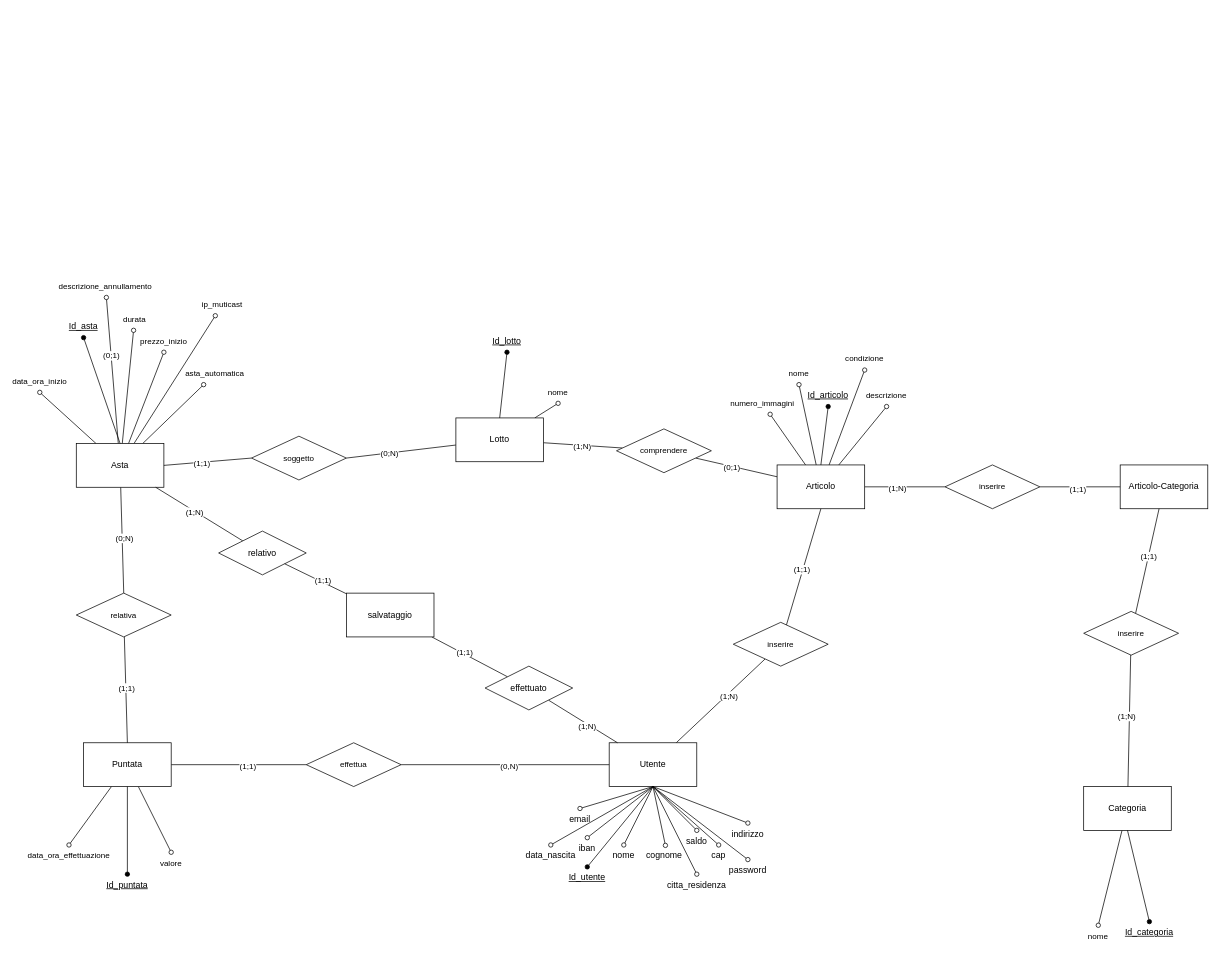
Earlier version of the draw.io diagram documenti/Schema_ER.drawio (Chaos-Rat/GAO). Source tidied: cells renumbered, new cells numbered last; positions are measured from the earlier drawing's top-left corner, leaving out a move shared by most shapes. Both pictures are drawn from the tidied source at 73%, with x=0, y=0 at pixel (18, 275).
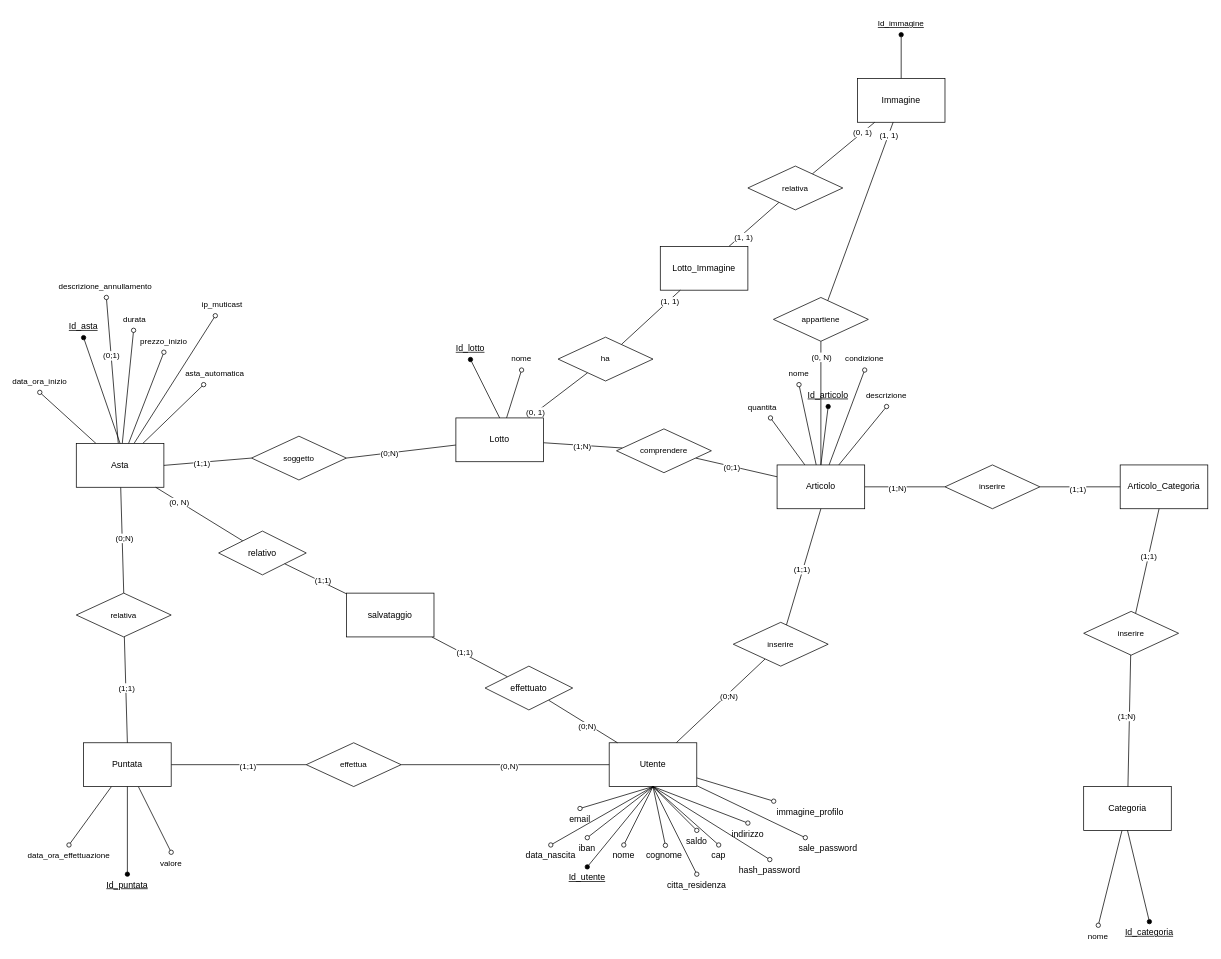
After the change.

Unchanged cells that the change refers to:
```xml
<mxCell id="2" style="edgeStyle=none;rounded=0;jettySize=auto;html=1;strokeColor=default;align=center;verticalAlign=middle;fontFamily=Helvetica;fontSize=11;fontColor=default;labelBackgroundColor=default;endArrow=none;endFill=0;" parent="1" edge="1" source="5" target="89">
  <mxGeometry relative="1" as="geometry" />
</mxCell>
<mxCell id="5" value="Utente" style="rounded=0;whiteSpace=wrap;html=1;" parent="1" vertex="1">
  <mxGeometry x="810" y="640" width="120" height="60" as="geometry" />
</mxCell>
<mxCell id="11" value="Lotto" style="rounded=0;whiteSpace=wrap;html=1;" parent="1" vertex="1">
  <mxGeometry x="600" y="195" width="120" height="60" as="geometry" />
</mxCell>
<mxCell id="22" value="Articolo" style="rounded=0;whiteSpace=wrap;html=1;" parent="1" vertex="1">
  <mxGeometry x="1040" y="259.4" width="120" height="60" as="geometry" />
</mxCell>
<mxCell id="104" style="edgeStyle=none;rounded=0;jettySize=auto;html=1;strokeColor=default;align=center;verticalAlign=middle;fontFamily=Helvetica;fontSize=11;fontColor=default;labelBackgroundColor=default;endArrow=none;endFill=0;" parent="1" edge="1" source="106" target="35">
  <mxGeometry relative="1" as="geometry" />
</mxCell>
<mxCell id="112" style="edgeStyle=none;rounded=0;jettySize=auto;html=1;strokeColor=default;align=center;verticalAlign=middle;fontFamily=Helvetica;fontSize=11;fontColor=default;labelBackgroundColor=default;endArrow=none;endFill=0;" parent="1" edge="1" source="114" target="5">
  <mxGeometry relative="1" as="geometry" />
</mxCell>
```

Diff of the diagram source:
```diff
@@
-    <mxCell id="3" value="(1;N)" style="edgeLabel;html=1;align=center;verticalAlign=middle;fontFamily=Helvetica;fontSize=11;fontColor=default;labelBackgroundColor=default;" parent="2" vertex="1">
+    <mxCell id="3" value="(0;N)" style="edgeLabel;html=1;align=center;verticalAlign=middle;fontFamily=Helvetica;fontSize=11;fontColor=default;labelBackgroundColor=default;" parent="2" vertex="1">
       <mxGeometry x="0.15" y="-2" relative="1" as="geometry" />
     </mxCell>
@@
+    <mxCell id="116" style="rounded=0;jettySize=auto;html=1;endArrow=oval;endFill=0;" parent="1" edge="1" source="5" target="139">
+      <mxGeometry relative="1" as="geometry" />
+    </mxCell>
@@
+    <mxCell id="117" style="rounded=0;jettySize=auto;html=1;endArrow=none;endFill=0;" parent="1" edge="1" source="11" target="137">
+      <mxGeometry relative="1" as="geometry" />
+    </mxCell>
+    <mxCell id="118" value="(0, 1)" style="edgeLabel;html=1;align=center;verticalAlign=middle;" parent="117" vertex="1">
+      <mxGeometry x="-0.7" y="-1" relative="1" as="geometry">
+        <mxPoint x="-3" as="offset" />
+      </mxGeometry>
+    </mxCell>
@@
-    <mxCell id="21" style="rounded=0;jettySize=auto;html=1;endArrow=oval;endFill=0;" parent="1" edge="1" source="22" target="115">
+    <mxCell id="21" style="rounded=0;jettySize=auto;html=1;endArrow=oval;endFill=0;" parent="1" edge="1" source="22" target="123">
       <mxGeometry relative="1" as="geometry" />
     </mxCell>
+    <mxCell id="119" style="rounded=0;jettySize=auto;html=1;endArrow=none;endFill=0;" parent="1" edge="1" source="22" target="125">
+      <mxGeometry relative="1" as="geometry" />
+    </mxCell>
+    <mxCell id="120" value="(0, N)" style="edgeLabel;html=1;align=center;verticalAlign=middle;" parent="119" vertex="1">
+      <mxGeometry x="0.75" relative="1" as="geometry" />
+    </mxCell>
@@
     <mxCell id="42" value="&lt;u&gt;Id_lotto&lt;/u&gt;" style="text;html=1;align=center;verticalAlign=middle;whiteSpace=wrap;rounded=0;" parent="1" vertex="1">
-      <mxGeometry x="640" y="75" width="60" height="30" as="geometry" />
+      <mxGeometry x="590" y="85" width="60" height="30" as="geometry" />
     </mxCell>
@@
-    <mxCell id="57" value="password" style="text;html=1;align=center;verticalAlign=middle;whiteSpace=wrap;rounded=0;" parent="1" vertex="1">
-      <mxGeometry x="970" y="800" width="60" height="30" as="geometry" />
+    <mxCell id="57" value="hash_password" style="text;html=1;align=center;verticalAlign=middle;whiteSpace=wrap;rounded=0;" parent="1" vertex="1">
+      <mxGeometry x="980" y="800" width="100" height="30" as="geometry" />
     </mxCell>
@@
     <mxCell id="73" value="nome" style="text;html=1;align=center;verticalAlign=middle;whiteSpace=wrap;rounded=0;fontFamily=Helvetica;fontSize=11;fontColor=default;labelBackgroundColor=default;" parent="1" vertex="1">
-      <mxGeometry x="710" y="145" width="60" height="30" as="geometry" />
+      <mxGeometry x="660" y="99.4" width="60" height="30" as="geometry" />
     </mxCell>
@@
-    <mxCell id="93" value="Articolo-Categoria" style="rounded=0;whiteSpace=wrap;html=1;" parent="1" vertex="1">
+    <mxCell id="93" value="Articolo_Categoria" style="rounded=0;whiteSpace=wrap;html=1;" parent="1" vertex="1">
       <mxGeometry x="1510" y="259.4" width="120" height="60" as="geometry" />
     </mxCell>
@@
-    <mxCell id="105" value="(1;N)" style="edgeLabel;html=1;align=center;verticalAlign=middle;fontFamily=Helvetica;fontSize=11;fontColor=default;labelBackgroundColor=default;" parent="104" vertex="1">
-      <mxGeometry x="0.12" y="1" relative="1" as="geometry" />
+    <mxCell id="105" value="(0, N)" style="edgeLabel;html=1;align=center;verticalAlign=middle;fontFamily=Helvetica;fontSize=11;fontColor=default;labelBackgroundColor=default;" parent="104" vertex="1">
+      <mxGeometry x="0.12" y="1" relative="1" as="geometry">
+        <mxPoint x="-21" y="-13" as="offset" />
+      </mxGeometry>
     </mxCell>
@@
-    <mxCell id="113" value="(1;N)" style="edgeLabel;html=1;align=center;verticalAlign=middle;fontFamily=Helvetica;fontSize=11;fontColor=default;labelBackgroundColor=default;" parent="112" vertex="1">
+    <mxCell id="113" value="(0;N)" style="edgeLabel;html=1;align=center;verticalAlign=middle;fontFamily=Helvetica;fontSize=11;fontColor=default;labelBackgroundColor=default;" parent="112" vertex="1">
       <mxGeometry x="0.16" y="-3" relative="1" as="geometry" />
     </mxCell>
@@
-    <mxCell id="115" value="numero_immagini" style="text;html=1;align=center;verticalAlign=middle;whiteSpace=wrap;rounded=0;fontFamily=Helvetica;fontSize=11;fontColor=default;labelBackgroundColor=default;" parent="1" vertex="1">
-      <mxGeometry x="990" y="160" width="60" height="30" as="geometry" />
-    </mxCell>
+    <mxCell id="121" style="rounded=0;jettySize=auto;html=1;endArrow=oval;endFill=1;" parent="1" edge="1" source="122" target="128">
+      <mxGeometry relative="1" as="geometry" />
+    </mxCell>
+    <mxCell id="122" value="Immagine" style="rounded=0;whiteSpace=wrap;html=1;" parent="1" vertex="1">
+      <mxGeometry x="1150" y="-270" width="120" height="60" as="geometry" />
+    </mxCell>
+    <mxCell id="123" value="quantita" style="text;html=1;align=center;verticalAlign=middle;whiteSpace=wrap;rounded=0;fontFamily=Helvetica;fontSize=11;fontColor=default;labelBackgroundColor=default;" parent="1" vertex="1">
+      <mxGeometry x="990" y="165" width="60" height="30" as="geometry" />
+    </mxCell>
+    <mxCell id="124" style="rounded=0;jettySize=auto;html=1;endArrow=none;endFill=0;" parent="1" edge="1" source="125" target="122">
+      <mxGeometry relative="1" as="geometry" />
+    </mxCell>
+    <mxCell id="125" value="appartiene" style="rhombus;whiteSpace=wrap;html=1;fontFamily=Helvetica;fontSize=11;fontColor=default;labelBackgroundColor=default;" parent="1" vertex="1">
+      <mxGeometry x="1035" y="30" width="130" height="60" as="geometry" />
+    </mxCell>
+    <mxCell id="126" style="rounded=0;jettySize=auto;html=1;endArrow=none;endFill=0;" parent="1" edge="1" source="138" target="122">
+      <mxGeometry relative="1" as="geometry" />
+    </mxCell>
+    <mxCell id="127" value="(0, 1)" style="edgeLabel;html=1;align=center;verticalAlign=middle;" parent="126" vertex="1">
+      <mxGeometry x="0.61" y="1" relative="1" as="geometry" />
+    </mxCell>
+    <mxCell id="128" value="Id_immagine" style="text;html=1;align=center;verticalAlign=middle;whiteSpace=wrap;rounded=0;fontFamily=Helvetica;fontSize=11;fontColor=default;labelBackgroundColor=default;fontStyle=4;" parent="1" vertex="1">
+      <mxGeometry x="1180" y="-360" width="60" height="30" as="geometry" />
+    </mxCell>
+    <mxCell id="129" style="endArrow=none;html=1;rounded=0;startArrow=oval;startFill=0;" parent="1" edge="1" source="130" target="5">
+      <mxGeometry relative="1" as="geometry" />
+    </mxCell>
+    <mxCell id="130" value="immagine_profilo" style="text;html=1;align=center;verticalAlign=middle;points=[];strokeColor=none;fillColor=none;" parent="1" vertex="1">
+      <mxGeometry x="1030" y="720" width="110" height="30" as="geometry" />
+    </mxCell>
+    <mxCell id="131" value="(1, 1)" style="edgeLabel;html=1;align=center;verticalAlign=middle;" parent="1" vertex="1">
+      <mxGeometry x="1170" y="-20" as="geometry">
+        <mxPoint x="22" y="-173" as="offset" />
+      </mxGeometry>
+    </mxCell>
+    <mxCell id="132" style="rounded=0;jettySize=auto;html=1;endArrow=none;endFill=0;" parent="1" edge="1" source="134" target="138">
+      <mxGeometry relative="1" as="geometry" />
+    </mxCell>
+    <mxCell id="133" value="(1, 1)" style="edgeLabel;html=1;align=center;verticalAlign=middle;" parent="132" vertex="1">
+      <mxGeometry x="-0.5" y="-4" relative="1" as="geometry" />
+    </mxCell>
+    <mxCell id="134" value="Lotto_Immagine" style="rounded=0;whiteSpace=wrap;html=1;" parent="1" vertex="1">
+      <mxGeometry x="880" y="-40" width="120" height="60" as="geometry" />
+    </mxCell>
+    <mxCell id="135" style="rounded=0;jettySize=auto;html=1;endArrow=none;endFill=0;" parent="1" edge="1" source="137" target="134">
+      <mxGeometry relative="1" as="geometry" />
+    </mxCell>
+    <mxCell id="136" value="(1, 1)" style="edgeLabel;html=1;align=center;verticalAlign=middle;" parent="135" vertex="1">
+      <mxGeometry x="0.6" y="-1" relative="1" as="geometry" />
+    </mxCell>
+    <mxCell id="137" value="ha" style="rhombus;whiteSpace=wrap;html=1;fontFamily=Helvetica;fontSize=11;fontColor=default;labelBackgroundColor=default;" parent="1" vertex="1">
+      <mxGeometry x="740" y="84.4" width="130" height="60" as="geometry" />
+    </mxCell>
+    <mxCell id="138" value="relativa" style="rhombus;whiteSpace=wrap;html=1;fontFamily=Helvetica;fontSize=11;fontColor=default;labelBackgroundColor=default;" parent="1" vertex="1">
+      <mxGeometry x="1000" y="-150" width="130" height="60" as="geometry" />
+    </mxCell>
+    <mxCell id="139" value="sale_password" style="text;html=1;align=center;verticalAlign=middle;whiteSpace=wrap;rounded=0;" parent="1" vertex="1">
+      <mxGeometry x="1060" y="770" width="100" height="30" as="geometry" />
+    </mxCell>
```
